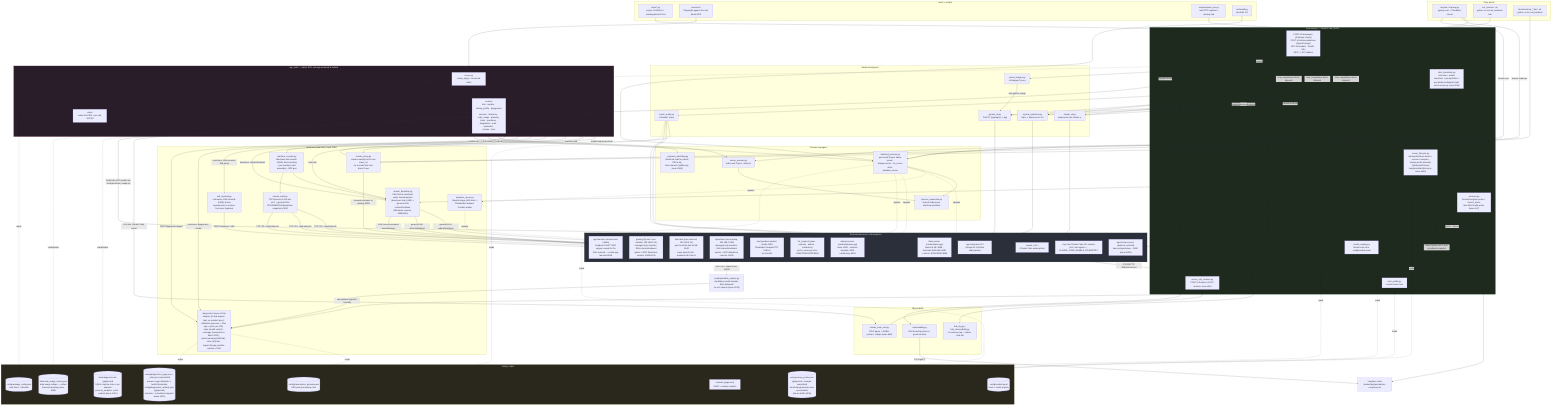
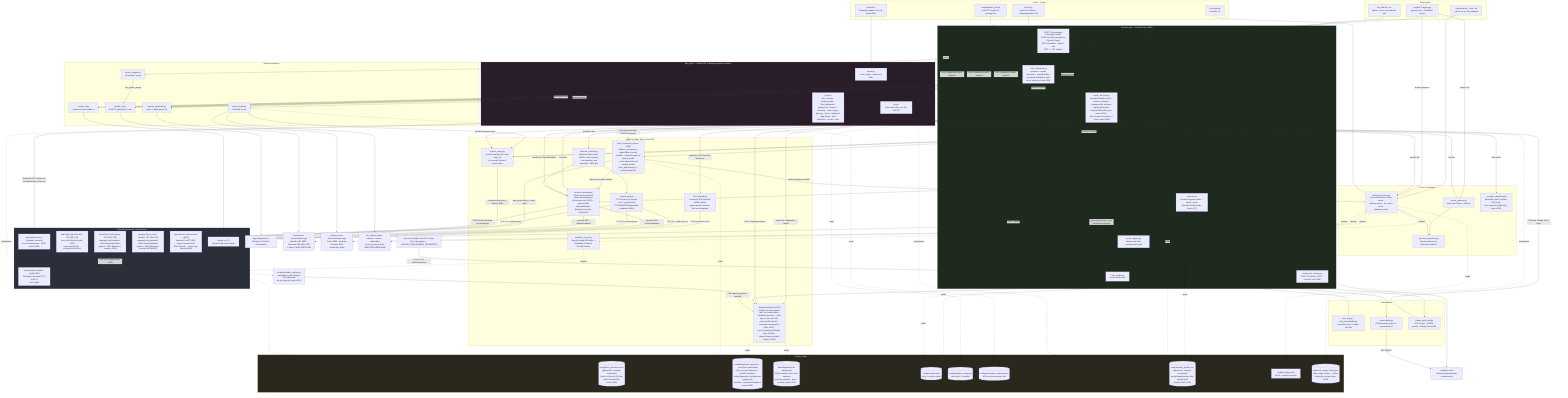
%% docs/architecture.mmd — local-llm-hub's own internal structure.
%% Hand-authored, not generated — companion to the fleet-wide convention in
%% ferraroroberto/fleet-config#256 (see that repo's own docs/architecture.mmd
%% for the reference dogfood). This is deliberately smaller than
%% docs/project-structure.md's three detailed diagrams (component/module/
%% sequence) — it's the one-glance map; project-structure.md stays the deep
%% reference. Update this diagram in the same PR as any material structural
%% change (a backend added/removed, a router moved, a process manager
%% relocated) — same anti-staleness contract as this repo's own `.fleet.toml`
%% `description` field.

flowchart TB
  subgraph entry["Entry points"]
    TRAY["tray.bat / tray/tray.py\npystray icon + Cloudflare tunnel"]
    RUNHUB["run_hub.bat / .sh\npython -m src.run_backend hub"]
    RUNMODEL["launchers/run_*.bat / .sh\npython -m src.run_backend <model_id>"]
  end

  subgraph core["src/server.py — FastAPI hub (:8000)"]
    SRV["POST /v1/messages (Anthropic shape)\nPOST /v1/chat/completions (OpenAI shape)\nGET /v1/models · /health · /info\nGET / -> 307 /admin/"]
    CHATT["chat_translation.py\nschemas + media extraction + prompt flatten +\nper-backend dispatch (split out of server.py, issue #245)"]
-     LIFECYCLE["server_lifecycle.py\nstartup/shutdown hooks + resource sampler +\nstartup-profile autostart (backends/Docker/\nLangfuse/Mac-Mini-sync, issue #265)"]
+     LIFECYCLE["server_lifecycle.py\nstartup/shutdown hooks + resource sampler +\nstartup-profile autostart (backends/Docker/\nLangfuse/Mac-Mini-sync, issue #265) +\nfleet reconcile loop (boot + ~5min, issue #353)"]
    REG["model_registry.py\nModel rows from config/models.yaml"]
    HOSTP["host_profile.py\nresolve active host"]
    OTELRECV["server_otel_receiver.py\nPOST /v1/metrics (OTLP receiver, issue #68)"]
    SVC["services.py\nDocker/Langfuse probe + launch_stack,\nMac Mini health probe (issue #27)"]
  end
  TRAY --> SRV
  RUNHUB --> SRV
  SRV --> CHATT
  SRV --> LIFECYCLE
  SRV --> REG
  REG --> HOSTP
  LIFECYCLE --> SVC
  LIFECYCLE --> REMOTEBOOT
  SVC --> LANGFUSE
  SVC -->|probe + launch| AGENTSVIEW

  subgraph routing["Backend wrappers"]
    CLAUDECLI["claude_cli.py\nsubprocess.run claude -p"]
    GEMINICLI["gemini_cli.py\nConPTY (pywinpty) -> agy"]
    OAIUP["openai_upstream.py\nhttpx -> llama-server /v1"]
    AUDIOR["server_audio.py\n/v1/audio/* proxy"]
    IMAGESR["server_images.py\n/v1/images/* proxy"]
  end
  CHATT -->|backend=claude| CLAUDECLI
  CHATT -->|backend=gemini| GEMINICLI
  CHATT -->|backend=openai| OAIUP
  SRV -->|chat_completions direct dispatch| CLAUDECLI
  SRV -->|chat_completions direct dispatch| GEMINICLI
  SRV -->|chat_completions direct dispatch| OAIUP
  SRV --> AUDIOR
  SRV --> IMAGESR
  SRV --> OTELRECV
  IMAGESR -->|call_gemini_image| GEMINICLI

  subgraph multihost["Multi-host (Mac Mini, issue #181)"]
    REMOTEPROXY["remote_proxy.py\nresolve owning host's own base_url\nfor a model this host doesn't own"]
    REMOTEBOOT["remote_bootstrap.py\nSSH forced-command verbs: bootstrap/sync\n(dead peer hub, #181) + general-SSH\nreboot/shutdown (Machines console, #309/#311)"]
    MACHINECON["machine_console.py\nMachines-tab console (#309): host inventory\n+ per-machine card assembly + RDP gen"]
    REMOTESTATS["remote_stats.py\nTCP liveness (is the box on?) + general-SSH\nCPU/RAM/GPU/disk/uptime snapshot (#309)"]
    SSHTERM["ssh_terminal.py\nin-browser SSH terminal (#309): drives\napp-launcher's session-host over loopback"]
    DIAG["diagnostics/ (issue #315)\nsampler (in-hub asyncio task, no resident proc) ·\nattribution (process -> fleet app + ports, per-OS) ·\nrules (health verdict) · coverage (measured vs blind, #322) ·\nreport (summary/drift/md) · store (SQLite) ·\ningest (foreign portable capture, #316)"]
    PARAKEETSRV["parakeet_server.py\nOpenAI-shape ASR shim ->\nFluidAudio Parakeet CoreML worker"]
+     FLEETREC["fleet_reconcile.py (issue #353)\nadditive convergence: wake offline can-ssh\nsatellite -> write-through its startup_profile\n-> start placed-but-not-running models\n(fleet_placement.py = desired-state file)"]
  end
  CHATT --> REMOTEPROXY
  SRV --> REMOTEPROXY
  AUDIOR --> REMOTEPROXY
+   LIFECYCLE -->|periodic reconcile| FLEETREC
+   FLEETREC -->|wake unreachable satellite| REMOTEBOOT
+   FLEETREC -->|start local placed models| BACKPROC
+   FLEETREC -->|peer profile-write + model start| MACMINI
+   FLEETREC -.reads.-> FLEETCFG
  WROUT -->|models tab proxy check| REMOTEPROXY
  WROUT -->|hosts tab| REMOTEBOOT
  WROUT -->|machines tab| MACHINECON
  WROUT -->|machines: reboot/shutdown| REMOTEBOOT
  WROUT -->|machines: SSH terminal WS proxy| SSHTERM
  MACHINECON --> REMOTEBOOT
  MACHINECON --> REMOTESTATS
  WROUT -->|machines: diagnostics modal| DIAG
  WROUT -->|POST diagnostics/ingest| DIAG
  LIFECYCLE -->|close orphan runs + arm scheduled snapshot| DIAG
  DIAG -.reads.-> DIAGCFG
  DIAG -.writes.-> DIAGDB
  PORTCAP["scripts/portable_capture.py\nstandalone psutil sampler, SSH-delivered,\nno src/ imports (issue #316)"]
  OPENCLAW -.ssh: run + capture raw JSON.-> PORTCAP
  PORTCAP -->|raw capture ingested centrally| DIAG
  REMOTESTATS -->|TCP :22 + read-only ssh| MACMINI
  REMOTESTATS -->|TCP :22 + read-only ssh| OPENCLAW
  REMOTESTATS -->|TCP :22 + read-only ssh| GAMING
  SSHTERM -->|POST /sessions + WS| SESSIONHOST
  REMOTEBOOT -->|general-SSH reboot/shutdown| OPENCLAW
  REMOTEBOOT -->|general-SSH reboot/shutdown| GAMING

  subgraph procmgr["Process managers"]
    SUPERVISOR["process_supervisor.py\nshared subprocess start/stop workflow"]
    SERVPROC["server_process.py\nhub's own Popen + kill-port"]
    BACKPROC["backend_process.py\nper-model Popen: llama-server ·\nwhisper-server · tts_server shim ·\nparakeet_server"]
    WATCHDOG["_respawn_watchdog.py\ndetached: wait for parent PID to die,\nthen relaunch (stdlib-only, issue #198)"]
  end
  RUNMODEL --> BACKPROC
  TRAY -->|Models submenu| BACKPROC
  TRAY -->|Restart hub| SERVPROC
  SERVPROC --> SUPERVISOR
  BACKPROC --> SUPERVISOR
  BACKPROC -.spawns.-> PARAKEETSRV

  subgraph ext["External processes / subscriptions"]
    CLAUDEBIN["claude -p CLI\n(Claude Code subscription)"]
    AGYBIN["agy Antigravity CLI\n(Google AI Pro/Ultra subscription)"]
    LLAMA["llama-server (vendor/llama.cpp)\nQwen3.5-4B :8088 · Gemma4-26B-A4B :8087\n+ ad-hoc :8081/:8082/:8086"]
    WHISPER["whisper-server (vendor/whisper.cpp)\nturbo :8090 · medium-translate :8091\nvanilla lazy :8094"]
    TTS["tts_engines/ (piper · orpheus · kokoro · chatterbox)\nvia tts_server.py shim :8092/:8093/:8095/:8096"]
    CCHOST["Any host Claude Code CLI session\n(incl. sub-agents — CLAUDE_CODE_ENABLE_TELEMETRY)"]
    MACMINI["Mac Mini (mac-mini-m4, 192.168.0.14)\npeer local-llm-hub install :8000\nowns qwen3.5-9b · parakeet-tdt-0.6b-v3"]
    PARAKEETWORKER["mac/parakeet-worker/ (Swift, ANE)\nFluidAudio Parakeet TDT 0.6B v3\nvia CoreML"]
    AGENTSVIEW["AgentsView server (optional, external)\nkenn-io/agentsview · :8080 (issue #280)"]
    SESSIONHOST["app-launcher session-host (:8446)\nloopback ConPTY/WS engine reused for the\nSSH terminal — needs app-launcher#558"]
    OPENCLAW["OpenClaw (Linux laptop, 192.168.0.239)\nmanaged-only machine: SSH reboot/shutdown/\nuptime + RDP (Machines console, #309)"]
    GAMING["gaming (Ryzen Linux satellite, 192.168.0.16)\nmanaged-only machine: SSH reboot/shutdown/\nuptime + RDP (Machines console, #309/#323)"]
  end
  CLAUDECLI --> CLAUDEBIN
  GEMINICLI --> AGYBIN
  OAIUP --> LLAMA
  AUDIOR --> WHISPER
  AUDIOR --> TTS
  BACKPROC -.spawns.-> LLAMA
  BACKPROC -.spawns.-> WHISPER
  BACKPROC -.spawns.-> TTS
  CCHOST -->|OTLP/HTTP :8000/v1/metrics| OTELRECV
  REMOTEPROXY -->|forwards verbatim to owning :8000| MACMINI
  REMOTEBOOT -->|SSH forced-command bootstrap/sync| MACMINI
  PARAKEETSRV -.spawns.-> PARAKEETWORKER

  subgraph admin["app_web/ — admin SPA, sub-app mounted at /admin"]
    WSRV["server.py\ncreate_app() + versioned static"]
-     WROUT["routers/\nhub · models · startup_profile · playground ·\nservices · telemetry · code_usage · glossary ·\nhosts · machines · diagnostics · auth · webauthn ·\nversion · misc"]
+     WROUT["routers/\nhub · models · startup_profile · fleet_placement ·\nplayground · services · telemetry · code_usage ·\nglossary · hosts · machines · diagnostics · auth ·\nwebauthn · version · misc"]
    WSTATIC["static/\nindex.html SPA + per-tab JS/CSS"]
  end
  SRV -.mounts.-> WSRV
  WSRV --> WROUT
  WSRV --> WSTATIC
  WROUT -->|hub tab| SERVPROC
  WROUT -->|hub restart| WATCHDOG
  WROUT -->|models tab| BACKPROC
+   WROUT -->|fleet-placement tab: PATCH/reconcile| FLEETREC
+   WROUT -.reads/writes.-> FLEETCFG
  WROUT -->|playground tab| SRV

  subgraph obs["Observability"]
    HUBLOG["hub_log.py / hub_observability.py\nin-memory ring -> admin Hub tab"]
    OTEL["observability.py\nOTel bootstrap (traces + genai metrics)"]
    CCOTEL["claude_code_otel.py\nOTLP parse + JSONL persist + rollups (issue #68)"]
  end
  SRV --> HUBLOG
  SRV --> OTEL
  OTEL -->|OTLP/gRPC| LANGFUSE["Langfuse stack\ndocker/langfuse/docker-compose.yml"]
  OTELRECV --> CCOTEL
  WROUT -->|OTel tab: Claude Code panel| CCOTEL
  WROUT -->|Code tab: AGY vendor via src/agentsview_usage.py| AGENTSVIEW

  subgraph cfg["Config + data"]
    MODELSYAML[("config/models.yaml\nhosts + model registry")]
    WEBCFG[("config/webapp_config.json\nauth token + allowlist")]
    GLOSSARY[("config/transcription_glossary.json\nASR post-processing rules")]
    STARTUPCFG[("config/startup_profile.json (gitignored; .example committed)\ndocker/langfuse/mac-mini-sync/models\n(issues #265, #304)")]
+     FLEETCFG[("config/fleet_placement.json (gitignored; .example committed)\n{host_id: [model_id]} fleet-wide desired state\n(issue #353)")]
    MODELSDIR["models/ (gitignored)\nGGUF + whisper weights"]
    USAGEHIST[("data/code_usage_history.json\ndaily usage rollups — outlive\ntranscript pruning (issue #280)")]
    DIAGCFG[("config/diagnostics_apps.json + _rules.json (committed)\nprocess->app attribution + health thresholds;\nconfig/diagnostics_settings.json (gitignored)\nretention + scheduled snapshot (issue #315)")]
    DIAGDB[("data/diagnostics.db (gitignored)\nSQLite capture store: runs · samples ·\nprocess_samples · ports · verdicts (issue #315)")]
  end
  REG -.reads.-> MODELSYAML
  HOSTP -.reads.-> MODELSYAML
  WSRV -.reads.-> WEBCFG
  AUDIOR -.reads.-> GLOSSARY
  BACKPROC -.reads.-> MODELSDIR
  REG -.reads.-> STARTUPCFG
  LIFECYCLE -.reads.-> STARTUPCFG
  WROUT -.reads/writes.-> STARTUPCFG
  WROUT -.reads/writes.-> USAGEHIST

  subgraph tests["tests/ + scripts/"]
    UNITTESTS["tests/*.py\npytest, TestClient + monkeypatched CLIs"]
    E2E["tests/e2e/\nPlaywright against the real admin SPA"]
    SMOKE["scripts/smoke_test.py\nreal HTTP against a running hub"]
    INSTALL["src/install.py\ncheck/fix CLI"]
  end
  UNITTESTS --> SRV
  E2E --> WSRV
  SMOKE --> SRV
  INSTALL --> BACKPROC

  classDef ext fill:#2a2f3a,stroke:#555,color:#eee
  classDef hub fill:#1d2a1d,stroke:#4a7,color:#eee
  classDef ui fill:#2a1d2a,stroke:#a47,color:#eee
  classDef cfgnode fill:#2a281d,stroke:#a94,color:#eee
  class ext ext
  class core hub
  class admin ui
  class cfg cfgnode
